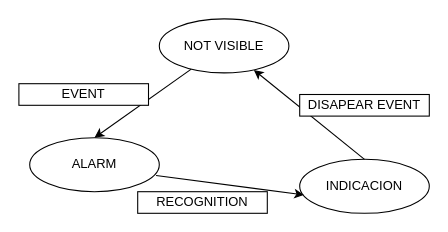
Before: Untitled Diagram.drawio in jeongon/graf.io, a draw.io diagram. Source tidied: cells renumbered, new cells numbered last; positions are measured from the earlier drawing's top-left corner, leaving out a move shared by most shapes. Both pictures are drawn from the tidied source at 108%, with x=0, y=0 at pixel (18, 18).
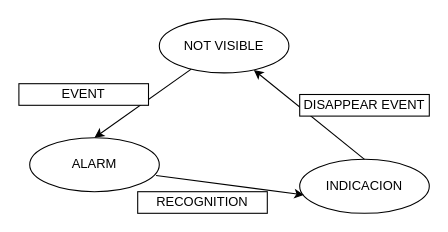
After the change.

What changed in the source:
```diff
@@
 <mxGraphModel background="#ffffff">
   <root>
     <mxCell id="0" />
     <mxCell id="1" parent="0" />
     <mxCell id="2" value="NOT VISIBLE" style="ellipse;whiteSpace=wrap;html=1;" parent="1" vertex="1">
       <mxGeometry x="130" width="120" height="50" as="geometry" />
     </mxCell>
     <mxCell id="3" value="ALARM" style="ellipse;whiteSpace=wrap;html=1;" parent="1" vertex="1">
       <mxGeometry x="10" y="110" width="120" height="50" as="geometry" />
     </mxCell>
     <mxCell id="4" value="INDICACION" style="ellipse;whiteSpace=wrap;html=1;" parent="1" vertex="1">
       <mxGeometry x="260" y="130" width="120" height="50" as="geometry" />
     </mxCell>
     <mxCell id="5" style="endArrow=classic;html=1;entryX=0.5;entryY=0;entryDx=0;entryDy=0;" parent="1" edge="1" source="2" target="3">
       <mxGeometry relative="1" as="geometry" />
     </mxCell>
     <mxCell id="6" value="EVENT" style="rounded=1;whiteSpace=wrap;html=1;arcSize=0;" parent="1" vertex="1">
       <mxGeometry y="60" width="120" height="20" as="geometry" />
     </mxCell>
     <mxCell id="7" style="endArrow=classic;html=1;entryX=0.033;entryY=0.66;entryDx=0;entryDy=0;entryPerimeter=0;exitX=0.975;exitY=0.7;exitDx=0;exitDy=0;exitPerimeter=0;" parent="1" edge="1" source="3" target="4">
       <mxGeometry relative="1" as="geometry" />
     </mxCell>
     <mxCell id="8" value="RECOGNITION" style="rounded=1;whiteSpace=wrap;html=1;arcSize=0;" parent="1" vertex="1">
       <mxGeometry x="110" y="160" width="120" height="20" as="geometry" />
     </mxCell>
     <mxCell id="9" style="endArrow=classic;html=1;exitX=0.5;exitY=0;exitDx=0;exitDy=0;" parent="1" edge="1" source="4" target="2">
       <mxGeometry relative="1" as="geometry" />
     </mxCell>
-    <mxCell id="10" value="DISAPEAR EVENT" style="rounded=1;whiteSpace=wrap;html=1;arcSize=0;" parent="1" vertex="1">
+    <mxCell id="10" value="DISAPPEAR EVENT" style="rounded=1;whiteSpace=wrap;html=1;arcSize=0;" parent="1" vertex="1">
       <mxGeometry x="260" y="70" width="120" height="20" as="geometry" />
     </mxCell>
   </root>
 </mxGraphModel>
```
